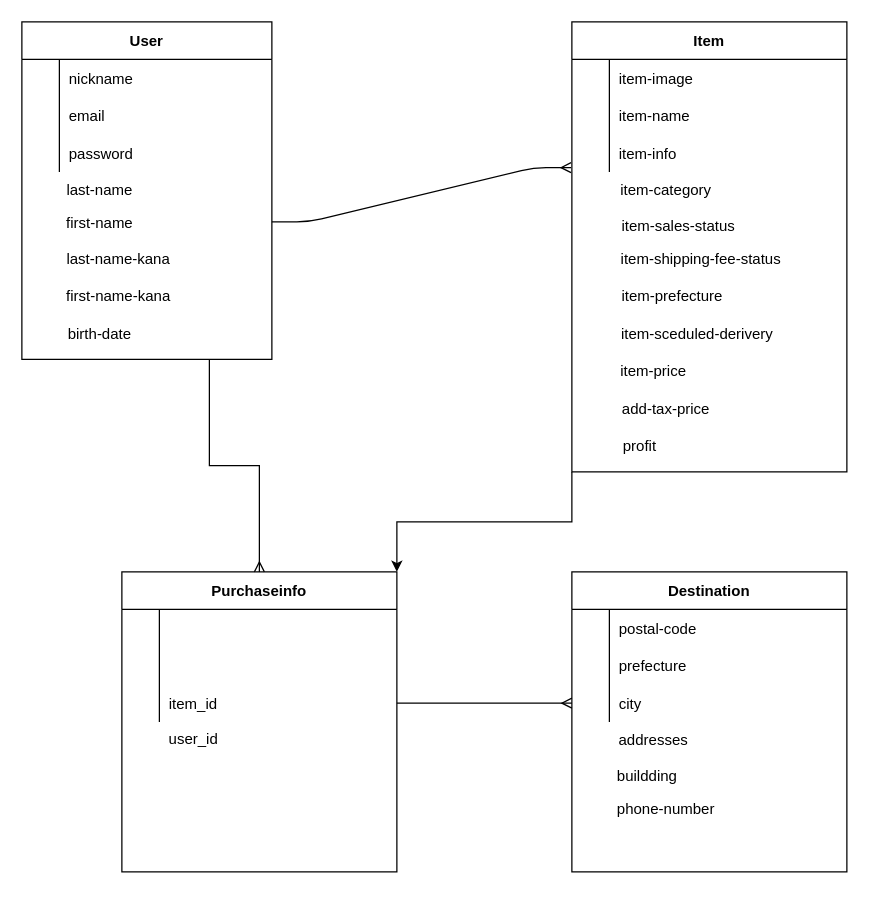
Above: furima.dio in nicoishicoro/furima-33327 (draw.io), before the change. Source tidied: cells renumbered, new cells numbered last; positions are measured from the earlier drawing's top-left corner, leaving out a move shared by most shapes. Both pictures are drawn from the tidied source at 125%, with x=0, y=0 at pixel (21, 21).
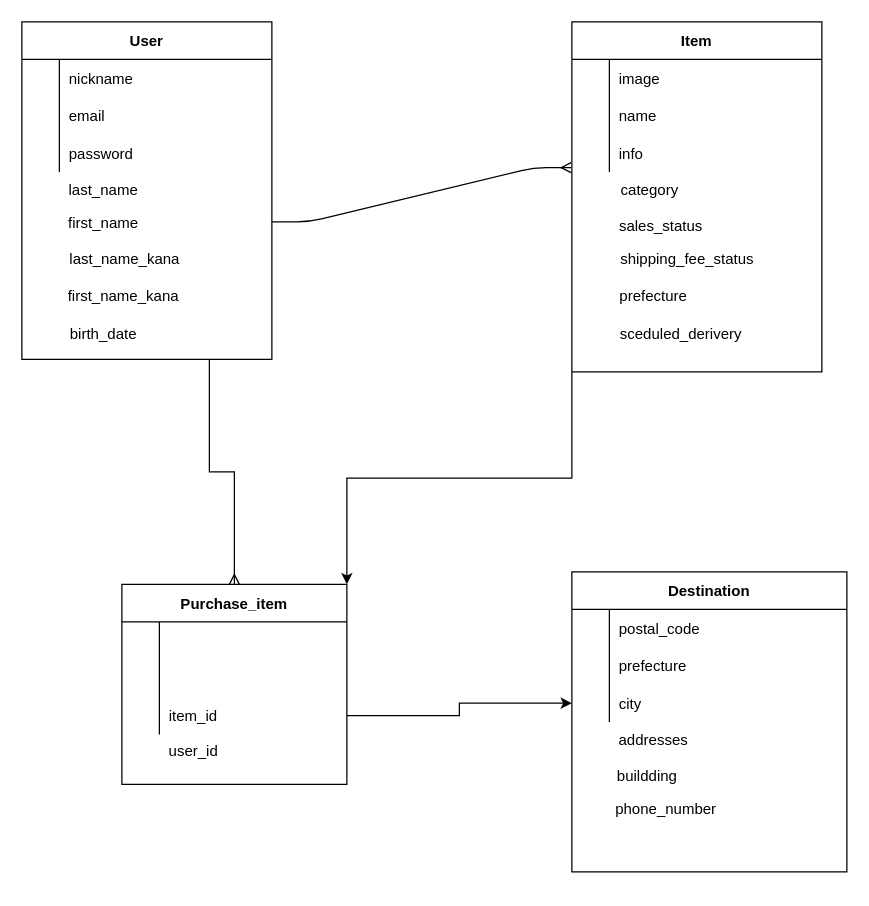
The same diagram, later.

Commit message (it also covers changes not shown here):
データベース修正３回目

Unchanged cells that the change refers to:
```xml
<mxCell id="2" style="group;" parent="1" vertex="1">
  <mxGeometry width="200" height="270" as="geometry" />
</mxCell>
<mxCell id="4" style="group;" parent="2" vertex="1">
  <mxGeometry width="200" height="270" as="geometry" />
</mxCell>
<mxCell id="51" style="group;" parent="1" vertex="1">
  <mxGeometry x="440" y="440" width="220" height="240" as="geometry" />
</mxCell>
<mxCell id="53" style="shape=partialRectangle;fillColor=none;top=0;left=0;bottom=0;right=0;" parent="52" vertex="1">
  <mxGeometry y="30" width="220" height="30" as="geometry" />
</mxCell>
<mxCell id="59" style="shape=partialRectangle;fillColor=none;top=0;left=0;bottom=0;right=0;points=[[0,0.5],[1,0.5]];portConstraint=eastwest;" parent="52" vertex="1">
  <mxGeometry y="90" width="220" height="30" as="geometry" />
</mxCell>
```

Change to the diagram source:
```diff
@@
-    <mxCell id="3" value="last-name" style="text;html=1;align=center;verticalAlign=middle;fillColor=none;strokeColor=none;rounded=0;" parent="2" vertex="1">
-      <mxGeometry x="27.3" y="125" width="70" height="20" as="geometry" />
+    <mxCell id="3" value="last_name" style="text;html=1;align=center;verticalAlign=middle;fillColor=none;strokeColor=none;rounded=0;" parent="2" vertex="1">
+      <mxGeometry x="30.3" y="125" width="70" height="20" as="geometry" />
     </mxCell>
@@
-    <mxCell id="15" value="first-name" style="text;html=1;align=center;verticalAlign=middle;fillColor=none;strokeColor=none;rounded=0;" parent="4" vertex="1">
-      <mxGeometry x="27.3" y="151" width="70" height="20" as="geometry" />
+    <mxCell id="15" value="first_name" style="text;html=1;align=center;verticalAlign=middle;fillColor=none;strokeColor=none;rounded=0;" parent="4" vertex="1">
+      <mxGeometry x="30.3" y="151" width="70" height="20" as="geometry" />
     </mxCell>
-    <mxCell id="16" value="last-name-kana" style="text;html=1;align=center;verticalAlign=middle;fillColor=none;strokeColor=none;rounded=0;" parent="4" vertex="1">
-      <mxGeometry x="27.3" y="180" width="100" height="20" as="geometry" />
+    <mxCell id="16" value="last_name_kana" style="text;html=1;align=center;verticalAlign=middle;fillColor=none;strokeColor=none;rounded=0;" parent="4" vertex="1">
+      <mxGeometry x="32.3" y="180" width="100" height="20" as="geometry" />
     </mxCell>
-    <mxCell id="17" value="first-name-kana" style="text;html=1;align=center;verticalAlign=middle;fillColor=none;strokeColor=none;rounded=0;" parent="4" vertex="1">
-      <mxGeometry x="27.3" y="210" width="100" height="20" as="geometry" />
+    <mxCell id="17" value="first_name_kana" style="text;html=1;align=center;verticalAlign=middle;fillColor=none;strokeColor=none;rounded=0;" parent="4" vertex="1">
+      <mxGeometry x="31.3" y="210" width="100" height="20" as="geometry" />
     </mxCell>
-    <mxCell id="18" value="birth-date" style="text;html=1;align=center;verticalAlign=middle;fillColor=none;strokeColor=none;rounded=0;" parent="4" vertex="1">
-      <mxGeometry x="27.3" y="240" width="70" height="20" as="geometry" />
+    <mxCell id="18" value="birth_date" style="text;html=1;align=center;verticalAlign=middle;fillColor=none;strokeColor=none;rounded=0;" parent="4" vertex="1">
+      <mxGeometry x="30.3" y="240" width="70" height="20" as="geometry" />
     </mxCell>
     <mxCell id="19" style="group;" parent="1" vertex="1">
-      <mxGeometry x="80" y="440" width="220" height="240" as="geometry" />
+      <mxGeometry x="80" y="450" width="220" height="240" as="geometry" />
     </mxCell>
-    <mxCell id="20" value="Purchaseinfo" style="shape=table;startSize=30;childLayout=tableLayout;rowLines=0;fontStyle=1;align=center;" parent="19" vertex="1">
-      <mxGeometry width="220" height="240" as="geometry" />
+    <mxCell id="20" value="Purchase_item" style="shape=table;startSize=30;childLayout=tableLayout;rowLines=0;fontStyle=1;align=center;" parent="19" vertex="1">
+      <mxGeometry width="180" height="160" as="geometry" />
     </mxCell>
     <mxCell id="21" style="shape=partialRectangle;fillColor=none;top=0;left=0;bottom=0;right=0;" parent="20" vertex="1">
-      <mxGeometry y="30" width="220" height="30" as="geometry" />
+      <mxGeometry y="30" width="180" height="30" as="geometry" />
     </mxCell>
@@
     <mxCell id="23" style="shape=partialRectangle;fillColor=none;top=0;left=0;bottom=0;right=0;align=left;spacingLeft=6;overflow=hidden;" parent="21" vertex="1">
-      <mxGeometry x="30" width="190" height="30" as="geometry" />
+      <mxGeometry x="30" width="150" height="30" as="geometry" />
     </mxCell>
     <mxCell id="24" style="shape=partialRectangle;fillColor=none;top=0;left=0;bottom=0;right=0;" parent="20" vertex="1">
-      <mxGeometry y="60" width="220" height="30" as="geometry" />
+      <mxGeometry y="60" width="180" height="30" as="geometry" />
     </mxCell>
@@
     <mxCell id="26" style="shape=partialRectangle;fillColor=none;top=0;left=0;bottom=0;right=0;align=left;spacingLeft=6;overflow=hidden;" parent="24" vertex="1">
-      <mxGeometry x="30" width="190" height="30" as="geometry" />
+      <mxGeometry x="30" width="150" height="30" as="geometry" />
     </mxCell>
     <mxCell id="27" style="shape=partialRectangle;fillColor=none;top=0;left=0;bottom=0;right=0;points=[[0,0.5],[1,0.5]];portConstraint=eastwest;" parent="20" vertex="1">
-      <mxGeometry y="90" width="220" height="30" as="geometry" />
+      <mxGeometry y="90" width="180" height="30" as="geometry" />
     </mxCell>
@@
     <mxCell id="29" value="item_id" style="shape=partialRectangle;fillColor=none;top=0;left=0;bottom=0;right=0;align=left;spacingLeft=6;overflow=hidden;" parent="27" vertex="1">
-      <mxGeometry x="30" width="190" height="30" as="geometry" />
+      <mxGeometry x="30" width="150" height="30" as="geometry" />
     </mxCell>
@@
     <mxCell id="33" value="Item" style="shape=table;startSize=30;childLayout=tableLayout;rowLines=0;fontStyle=1;align=center;" parent="1" vertex="1">
-      <mxGeometry x="440" width="220" height="360" as="geometry" />
+      <mxGeometry x="440" width="200" height="280" as="geometry" />
     </mxCell>
     <mxCell id="34" style="shape=partialRectangle;fillColor=none;top=0;left=0;bottom=0;right=0;" parent="33" vertex="1">
-      <mxGeometry y="30" width="220" height="30" as="geometry" />
+      <mxGeometry y="30" width="200" height="30" as="geometry" />
     </mxCell>
@@
-    <mxCell id="36" value="item-image" style="shape=partialRectangle;fillColor=none;top=0;left=0;bottom=0;right=0;align=left;spacingLeft=6;overflow=hidden;" parent="34" vertex="1">
-      <mxGeometry x="30" width="190" height="30" as="geometry" />
+    <mxCell id="36" value="image" style="shape=partialRectangle;fillColor=none;top=0;left=0;bottom=0;right=0;align=left;spacingLeft=6;overflow=hidden;" parent="34" vertex="1">
+      <mxGeometry x="30" width="170" height="30" as="geometry" />
     </mxCell>
     <mxCell id="37" style="shape=partialRectangle;fillColor=none;top=0;left=0;bottom=0;right=0;" parent="33" vertex="1">
-      <mxGeometry y="60" width="220" height="30" as="geometry" />
+      <mxGeometry y="60" width="200" height="30" as="geometry" />
     </mxCell>
@@
-    <mxCell id="39" value="item-name" style="shape=partialRectangle;fillColor=none;top=0;left=0;bottom=0;right=0;align=left;spacingLeft=6;overflow=hidden;" parent="37" vertex="1">
-      <mxGeometry x="30" width="190" height="30" as="geometry" />
+    <mxCell id="39" value="name" style="shape=partialRectangle;fillColor=none;top=0;left=0;bottom=0;right=0;align=left;spacingLeft=6;overflow=hidden;" parent="37" vertex="1">
+      <mxGeometry x="30" width="170" height="30" as="geometry" />
     </mxCell>
     <mxCell id="40" style="shape=partialRectangle;fillColor=none;top=0;left=0;bottom=0;right=0;points=[[0,0.5],[1,0.5]];portConstraint=eastwest;" parent="33" vertex="1">
-      <mxGeometry y="90" width="220" height="30" as="geometry" />
+      <mxGeometry y="90" width="200" height="30" as="geometry" />
     </mxCell>
@@
-    <mxCell id="42" value="item-info" style="shape=partialRectangle;fillColor=none;top=0;left=0;bottom=0;right=0;align=left;spacingLeft=6;overflow=hidden;" parent="40" vertex="1">
-      <mxGeometry x="30" width="190" height="30" as="geometry" />
+    <mxCell id="42" value="info" style="shape=partialRectangle;fillColor=none;top=0;left=0;bottom=0;right=0;align=left;spacingLeft=6;overflow=hidden;" parent="40" vertex="1">
+      <mxGeometry x="30" width="170" height="30" as="geometry" />
     </mxCell>
-    <mxCell id="43" value="item-category" style="text;html=1;align=center;verticalAlign=middle;fillColor=none;strokeColor=none;rounded=0;" parent="1" vertex="1">
-      <mxGeometry x="470" y="125" width="90" height="20" as="geometry" />
+    <mxCell id="43" value="category" style="text;html=1;align=center;verticalAlign=middle;fillColor=none;strokeColor=none;rounded=0;" parent="1" vertex="1">
+      <mxGeometry x="472" y="125" width="60" height="20" as="geometry" />
     </mxCell>
-    <mxCell id="44" value="item-sales-status" style="text;html=1;align=center;verticalAlign=middle;fillColor=none;strokeColor=none;rounded=0;" parent="1" vertex="1">
-      <mxGeometry x="470" y="154" width="110" height="20" as="geometry" />
+    <mxCell id="44" value="sales_status" style="text;html=1;align=center;verticalAlign=middle;fillColor=none;strokeColor=none;rounded=0;" parent="1" vertex="1">
+      <mxGeometry x="471" y="154" width="80" height="20" as="geometry" />
     </mxCell>
-    <mxCell id="45" value="item-shipping-fee-status" style="text;html=1;align=center;verticalAlign=middle;fillColor=none;strokeColor=none;rounded=0;" parent="1" vertex="1">
-      <mxGeometry x="473" y="180" width="140" height="20" as="geometry" />
+    <mxCell id="45" value="shipping_fee_status" style="text;html=1;align=center;verticalAlign=middle;fillColor=none;strokeColor=none;rounded=0;" parent="1" vertex="1">
+      <mxGeometry x="472" y="180" width="120" height="20" as="geometry" />
     </mxCell>
-    <mxCell id="46" value="item-prefecture" style="text;html=1;align=center;verticalAlign=middle;fillColor=none;strokeColor=none;rounded=0;" parent="1" vertex="1">
-      <mxGeometry x="470" y="210" width="100" height="20" as="geometry" />
+    <mxCell id="46" value="prefecture" style="text;html=1;align=center;verticalAlign=middle;fillColor=none;strokeColor=none;rounded=0;" parent="1" vertex="1">
+      <mxGeometry x="470" y="210" width="70" height="20" as="geometry" />
     </mxCell>
-    <mxCell id="47" value="item-sceduled-derivery" style="text;html=1;align=center;verticalAlign=middle;fillColor=none;strokeColor=none;rounded=0;" parent="1" vertex="1">
-      <mxGeometry x="470" y="240" width="140" height="20" as="geometry" />
+    <mxCell id="47" value="sceduled_derivery" style="text;html=1;align=center;verticalAlign=middle;fillColor=none;strokeColor=none;rounded=0;" parent="1" vertex="1">
+      <mxGeometry x="472" y="240" width="110" height="20" as="geometry" />
     </mxCell>
-    <mxCell id="48" value="item-price" style="text;html=1;align=center;verticalAlign=middle;fillColor=none;strokeColor=none;rounded=0;" parent="1" vertex="1">
-      <mxGeometry x="470" y="270" width="70" height="20" as="geometry" />
-    </mxCell>
-    <mxCell id="49" value="add-tax-price" style="text;html=1;align=center;verticalAlign=middle;fillColor=none;strokeColor=none;rounded=0;" parent="1" vertex="1">
-      <mxGeometry x="470" y="300" width="90" height="20" as="geometry" />
-    </mxCell>
-    <mxCell id="50" value="profit" style="text;html=1;align=center;verticalAlign=middle;fillColor=none;strokeColor=none;rounded=0;" parent="1" vertex="1">
-      <mxGeometry x="474" y="330" width="40" height="20" as="geometry" />
-    </mxCell>
@@
-    <mxCell id="55" value="postal-code" style="shape=partialRectangle;fillColor=none;top=0;left=0;bottom=0;right=0;align=left;spacingLeft=6;overflow=hidden;" parent="53" vertex="1">
+    <mxCell id="55" value="postal_code" style="shape=partialRectangle;fillColor=none;top=0;left=0;bottom=0;right=0;align=left;spacingLeft=6;overflow=hidden;" parent="53" vertex="1">
       <mxGeometry x="30" width="190" height="30" as="geometry" />
     </mxCell>
@@
     <mxCell id="62" style="group;" parent="51" vertex="1">
-      <mxGeometry x="30" y="125" width="90" height="75" as="geometry" />
+      <mxGeometry x="30" y="125" width="95" height="75" as="geometry" />
     </mxCell>
@@
-    <mxCell id="65" value="phone-number" style="text;html=1;align=center;verticalAlign=middle;fillColor=none;strokeColor=none;rounded=0;" parent="62" vertex="1">
-      <mxGeometry y="55" width="90" height="20" as="geometry" />
+    <mxCell id="65" value="phone_number" style="text;html=1;align=center;verticalAlign=middle;fillColor=none;strokeColor=none;rounded=0;" parent="62" vertex="1">
+      <mxGeometry x="-5" y="55" width="100" height="20" as="geometry" />
     </mxCell>
@@
-    <mxCell id="67" style="edgeStyle=orthogonalEdgeStyle;rounded=0;jettySize=auto;html=1;exitX=1;exitY=0.5;exitDx=0;exitDy=0;entryX=0;entryY=0.5;entryDx=0;entryDy=0;endArrow=ERmany;endFill=0;" parent="1" edge="1" source="27" target="59">
+    <mxCell id="67" style="edgeStyle=orthogonalEdgeStyle;rounded=0;jettySize=auto;html=1;exitX=1;exitY=0.5;exitDx=0;exitDy=0;entryX=0;entryY=0.5;entryDx=0;entryDy=0;endArrow=classic;endFill=1;" parent="1" edge="1" source="27" target="59">
       <mxGeometry relative="1" as="geometry" />
     </mxCell>
```
